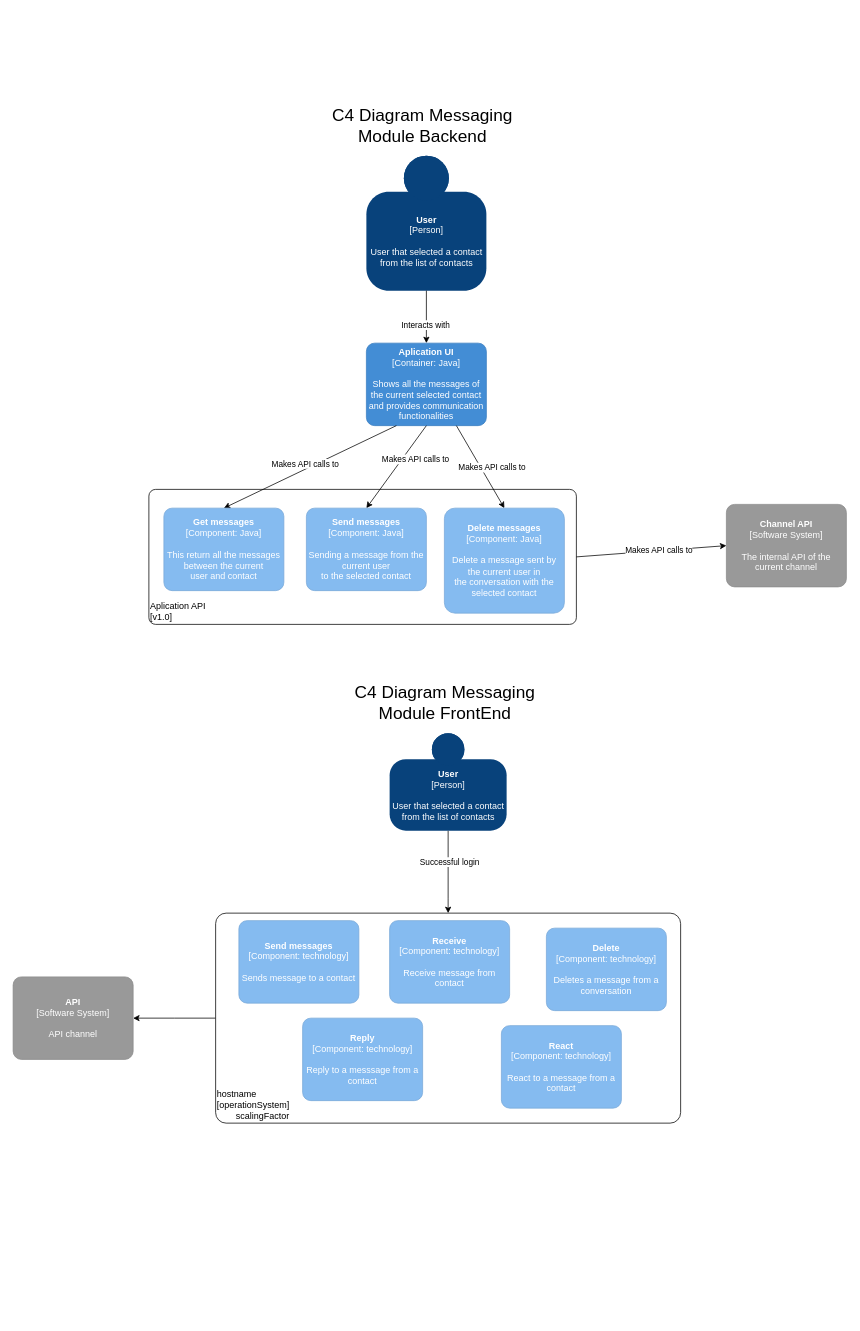
Before: page "Messaging Module" (4 of 4) of Diagrama_Finala_IP.drawio in HristeaIonut/Morse-Diagrams, a draw.io diagram. Source tidied: cells renumbered, new cells numbered last; positions are measured from the earlier drawing's top-left corner, leaving out a move shared by most shapes. Both pictures are drawn from the tidied source at 75%, with x=0, y=0 at pixel (13, 80).
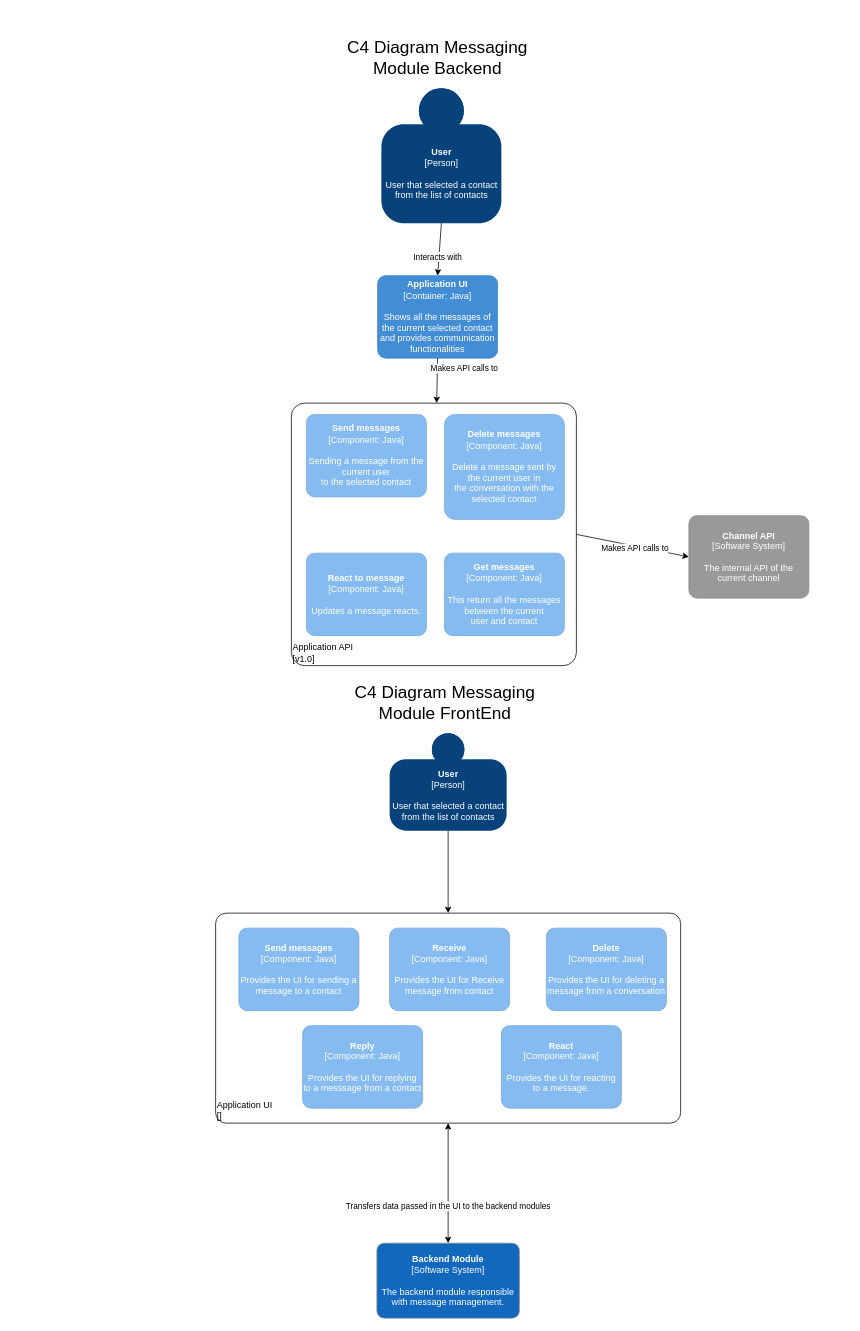
The same diagram, later.

The change refers to these unchanged cells:
```xml
<mxCell id="21" style="edgeStyle=orthogonalEdgeStyle;rounded=0;jettySize=auto;html=1;" parent="1" edge="1" source="23" target="25">
  <mxGeometry relative="1" as="geometry">
    <Array as="points">
      <mxPoint x="580" y="1090" />
      <mxPoint x="580" y="1090" />
    </Array>
  </mxGeometry>
</mxCell>
```

Change to the diagram source:
```diff
@@
     <object id="2" label="&lt;b&gt;%c4Name%&lt;/b&gt;&lt;div&gt;[%c4Type%]&lt;/div&gt;&lt;br&gt;&lt;div&gt;%c4Description%&lt;/div&gt;" c4Description="User that selected a contact &#10;from the list of contacts" c4Name="User" c4Type="Person" placeholders="1">
       <mxCell style="html=1;dashed=0;whitespace=wrap;fillColor=#08427b;strokeColor=none;fontColor=#ffffff;shape=mxgraph.c4.person;align=center;points=[[0.5,0,0],[1,0.5,0],[1,0.75,0],[0.75,1,0],[0.5,1,0],[0.25,1,0],[0,0.75,0],[0,0.5,0]];metaData={&quot;c4Type&quot;:{&quot;editable&quot;:false}};" parent="1" vertex="1">
-        <mxGeometry x="471" y="100" width="160" height="180" as="geometry" />
+        <mxGeometry x="491" y="10" width="160" height="180" as="geometry" />
       </mxCell>
     </object>
@@
-    <object id="5" label="&lt;b&gt;%c4Name%&lt;/b&gt;&lt;div&gt;[%c4Type%: %c4Technology%]&lt;/div&gt;&lt;br&gt;&lt;div&gt;%c4Description%&lt;/div&gt;" c4Description="Shows all the messages of the current selected contact and provides communication functionalities" c4Name="Aplication UI" c4Technology="Java" c4Type="Container" placeholders="1">
+    <object id="5" label="&lt;b&gt;%c4Name%&lt;/b&gt;&lt;div&gt;[%c4Type%: %c4Technology%]&lt;/div&gt;&lt;br&gt;&lt;div&gt;%c4Description%&lt;/div&gt;" c4Description="Shows all the messages of the current selected contact and provides communication functionalities" c4Name="Application UI" c4Technology="Java" c4Type="Container" placeholders="1">
       <mxCell style="rounded=1;whiteSpace=wrap;html=1;labelBackgroundColor=none;fillColor=#438DD5;fontColor=#ffffff;align=center;arcSize=10;strokeColor=#3C7FC0;metaData={&quot;c4Type&quot;:{&quot;editable&quot;:false}};points=[[0.25,0,0],[0.5,0,0],[0.75,0,0],[1,0.25,0],[1,0.5,0],[1,0.75,0],[0.75,1,0],[0.5,1,0],[0.25,1,0],[0,0.75,0],[0,0.5,0],[0,0.25,0]];" parent="1" vertex="1">
-        <mxGeometry x="471" y="350" width="160" height="110" as="geometry" />
+        <mxGeometry x="486" y="260" width="160" height="110" as="geometry" />
       </mxCell>
     </object>
-    <object id="6" label="&lt;div style=&quot;text-align: left&quot;&gt;%c4Name%&lt;/div&gt;&lt;div style=&quot;text-align: left&quot;&gt;[%c4Application%]&lt;/div&gt;" c4Application="v1.0" c4Name="Aplication API" placeholders="1">
+    <object id="6" label="&lt;div style=&quot;text-align: left&quot;&gt;%c4Name%&lt;/div&gt;&lt;div style=&quot;text-align: left&quot;&gt;[%c4Application%]&lt;/div&gt;" c4Application="v1.0" c4Name="Application API" placeholders="1">
       <mxCell style="rounded=1;whiteSpace=wrap;html=1;labelBackgroundColor=none;fillColor=#ffffff;fontColor=#000000;align=left;arcSize=5;strokeColor=#000000;verticalAlign=bottom;metaData={&quot;c4Type&quot;:{&quot;editable&quot;:false}};points=[[0.25,0,0],[0.5,0,0],[0.75,0,0],[1,0.25,0],[1,0.5,0],[1,0.75,0],[0.75,1,0],[0.5,1,0],[0.25,1,0],[0,0.75,0],[0,0.5,0],[0,0.25,0]];" parent="1" vertex="1">
-        <mxGeometry x="181" y="545" width="570" height="180" as="geometry" />
+        <mxGeometry x="371" y="430" width="380" height="350" as="geometry" />
       </mxCell>
     </object>
-    <mxCell id="7" style="endArrow=classic;html=1;entryX=0.5;entryY=0;entryDx=0;entryDy=0;entryPerimeter=0;exitX=0.25;exitY=1;exitDx=0;exitDy=0;exitPerimeter=0;" parent="1" edge="1" source="5" target="16">
-      <mxGeometry relative="1" as="geometry" />
-    </mxCell>
-    <mxCell id="8" value="Makes API calls to&amp;nbsp;" style="edgeLabel;html=1;align=center;verticalAlign=middle;" parent="7" vertex="1">
-      <mxGeometry x="0.28" y="-2" relative="1" as="geometry">
-        <mxPoint x="27.9" y="-18.5" as="offset" />
-      </mxGeometry>
-    </mxCell>
-    <mxCell id="9" style="endArrow=classic;html=1;entryX=0.5;entryY=0;entryDx=0;entryDy=0;entryPerimeter=0;exitX=0.5;exitY=1;exitDx=0;exitDy=0;exitPerimeter=0;" parent="1" edge="1" source="5" target="17">
+    <mxCell id="9" style="endArrow=classic;html=1;exitX=0.5;exitY=1;exitDx=0;exitDy=0;exitPerimeter=0;" parent="1" edge="1" source="5" target="6">
       <mxGeometry relative="1" as="geometry" />
     </mxCell>
@@
-    <mxCell id="11" style="endArrow=classic;html=1;entryX=0.5;entryY=0;entryDx=0;entryDy=0;entryPerimeter=0;exitX=0.75;exitY=1;exitDx=0;exitDy=0;exitPerimeter=0;" parent="1" edge="1" source="5" target="18">
-      <mxGeometry relative="1" as="geometry" />
-    </mxCell>
-    <mxCell id="12" value="Makes API calls to&amp;nbsp;" style="edgeLabel;html=1;align=center;verticalAlign=middle;" parent="11" vertex="1">
-      <mxGeometry x="0.28" y="-2" relative="1" as="geometry">
-        <mxPoint x="9.7" y="-15.9" as="offset" />
-      </mxGeometry>
-    </mxCell>
     <object id="13" label="&lt;b&gt;%c4Name%&lt;/b&gt;&lt;div&gt;[%c4Type%]&lt;/div&gt;&lt;br&gt;&lt;div&gt;%c4Description%&lt;/div&gt;" c4Description="The internal API of the current channel" c4Name="Channel API" c4Type="Software System" placeholders="1">
       <mxCell style="rounded=1;whiteSpace=wrap;html=1;labelBackgroundColor=none;fillColor=#999999;fontColor=#ffffff;align=center;arcSize=10;strokeColor=#8A8A8A;metaData={&quot;c4Type&quot;:{&quot;editable&quot;:false}};points=[[0.25,0,0],[0.5,0,0],[0.75,0,0],[1,0.25,0],[1,0.5,0],[1,0.75,0],[0.75,1,0],[0.5,1,0],[0.25,1,0],[0,0.75,0],[0,0.5,0],[0,0.25,0]];" parent="1" vertex="1">
-        <mxGeometry x="951" y="565" width="160" height="110" as="geometry" />
+        <mxGeometry x="901" y="580" width="160" height="110" as="geometry" />
       </mxCell>
     </object>
@@
     <object id="16" label="&lt;b&gt;%c4Name%&lt;/b&gt;&lt;div&gt;[%c4Type%: %c4Technology%]&lt;/div&gt;&lt;br&gt;&lt;div&gt;%c4Description%&lt;/div&gt;" c4Description="This return all the messages between the current &#10;user and contact" c4Name="Get messages" c4Technology="Java" c4Type="Component" placeholders="1">
       <mxCell style="rounded=1;whiteSpace=wrap;html=1;labelBackgroundColor=none;fillColor=#85BBF0;fontColor=#ffffff;align=center;arcSize=10;strokeColor=#78A8D8;metaData={&quot;c4Type&quot;:{&quot;editable&quot;:false}};points=[[0.25,0,0],[0.5,0,0],[0.75,0,0],[1,0.25,0],[1,0.5,0],[1,0.75,0],[0.75,1,0],[0.5,1,0],[0.25,1,0],[0,0.75,0],[0,0.5,0],[0,0.25,0]];" parent="1" vertex="1">
-        <mxGeometry x="201" y="570" width="160" height="110" as="geometry" />
+        <mxGeometry x="575" y="630" width="160" height="110" as="geometry" />
       </mxCell>
     </object>
     <object id="17" label="&lt;b&gt;%c4Name%&lt;/b&gt;&lt;div&gt;[%c4Type%: %c4Technology%]&lt;/div&gt;&lt;br&gt;&lt;div&gt;%c4Description%&lt;/div&gt;" c4Description="Sending a message from the current user &#10;to the selected contact" c4Name="Send messages" c4Technology="Java" c4Type="Component" placeholders="1">
       <mxCell style="rounded=1;whiteSpace=wrap;html=1;labelBackgroundColor=none;fillColor=#85BBF0;fontColor=#ffffff;align=center;arcSize=10;strokeColor=#78A8D8;metaData={&quot;c4Type&quot;:{&quot;editable&quot;:false}};points=[[0.25,0,0],[0.5,0,0],[0.75,0,0],[1,0.25,0],[1,0.5,0],[1,0.75,0],[0.75,1,0],[0.5,1,0],[0.25,1,0],[0,0.75,0],[0,0.5,0],[0,0.25,0]];" parent="1" vertex="1">
-        <mxGeometry x="391" y="570" width="160" height="110" as="geometry" />
+        <mxGeometry x="391" y="445" width="160" height="110" as="geometry" />
       </mxCell>
     </object>
     <object id="18" label="&lt;b&gt;%c4Name%&lt;/b&gt;&lt;div&gt;[%c4Type%: %c4Technology%]&lt;/div&gt;&lt;br&gt;&lt;div&gt;%c4Description%&lt;/div&gt;" c4Description="Delete a message sent by the current user in &#10;the conversation with the selected contact" c4Name="Delete messages" c4Technology="Java" c4Type="Component" placeholders="1">
       <mxCell style="rounded=1;whiteSpace=wrap;html=1;labelBackgroundColor=none;fillColor=#85BBF0;fontColor=#ffffff;align=center;arcSize=10;strokeColor=#78A8D8;metaData={&quot;c4Type&quot;:{&quot;editable&quot;:false}};points=[[0.25,0,0],[0.5,0,0],[0.75,0,0],[1,0.25,0],[1,0.5,0],[1,0.75,0],[0.75,1,0],[0.5,1,0],[0.25,1,0],[0,0.75,0],[0,0.5,0],[0,0.25,0]];" parent="1" vertex="1">
-        <mxGeometry x="575" y="570" width="160" height="140" as="geometry" />
+        <mxGeometry x="575" y="445" width="160" height="140" as="geometry" />
       </mxCell>
     </object>
     <mxCell id="19" value="&lt;span style=&quot;font-size: 23px&quot;&gt;C4 Diagram Messaging Module Backend&lt;/span&gt;" style="text;html=1;strokeColor=none;fillColor=none;align=center;verticalAlign=middle;whiteSpace=wrap;rounded=0;" parent="1" vertex="1">
-      <mxGeometry x="411" width="270" height="120" as="geometry" />
+      <mxGeometry x="431" y="-90" width="270" height="120" as="geometry" />
     </mxCell>
@@
-    <mxCell id="22" value="Successful login" style="edgeLabel;html=1;align=center;verticalAlign=middle;" parent="21" vertex="1">
-      <mxGeometry x="-0.25" y="1" relative="1" as="geometry" />
-    </mxCell>
@@
-    <mxCell id="24" style="edgeStyle=orthogonalEdgeStyle;rounded=0;jettySize=auto;html=1;" parent="1" edge="1" source="25">
-      <mxGeometry relative="1" as="geometry">
-        <mxPoint x="160" y="1250" as="targetPoint" />
-      </mxGeometry>
-    </mxCell>
-    <object id="25" label="&lt;div style=&quot;text-align: left&quot;&gt;%c4Name%&lt;/div&gt;&lt;div style=&quot;text-align: left&quot;&gt;[%c4OperationSystem%]&lt;/div&gt;&lt;div style=&quot;text-align: right&quot;&gt;%c4ScalingFactor%&lt;/div&gt;" c4Name="hostname" c4OperationSystem="operationSystem" c4ScalingFactor="scalingFactor" placeholders="1">
+    <object id="25" label="&lt;div style=&quot;text-align: left&quot;&gt;%c4Name%&lt;/div&gt;&lt;div style=&quot;text-align: left&quot;&gt;[%c4OperationSystem%]&lt;/div&gt;&lt;div style=&quot;text-align: right&quot;&gt;%c4ScalingFactor%&lt;/div&gt;" c4Name="Application UI" c4OperationSystem="" c4ScalingFactor="" placeholders="1">
       <mxCell style="rounded=1;whiteSpace=wrap;html=1;labelBackgroundColor=none;fillColor=#ffffff;fontColor=#000000;align=left;arcSize=5;strokeColor=#000000;verticalAlign=bottom;metaData={&quot;c4Type&quot;:{&quot;editable&quot;:false}};points=[[0.25,0,0],[0.5,0,0],[0.75,0,0],[1,0.25,0],[1,0.5,0],[1,0.75,0],[0.75,1,0],[0.5,1,0],[0.25,1,0],[0,0.75,0],[0,0.5,0],[0,0.25,0]];" parent="1" vertex="1">
         <mxGeometry x="270" y="1110" width="620" height="280" as="geometry" />
       </mxCell>
     </object>
-    <object id="26" label="&lt;b&gt;%c4Name%&lt;/b&gt;&lt;div&gt;[%c4Type%]&lt;/div&gt;&lt;br&gt;&lt;div&gt;%c4Description%&lt;/div&gt;" c4Description="API channel" c4Name="API" c4Type="Software System" placeholders="1">
-      <mxCell style="rounded=1;whiteSpace=wrap;html=1;labelBackgroundColor=none;fillColor=#999999;fontColor=#ffffff;align=center;arcSize=10;strokeColor=#8A8A8A;metaData={&quot;c4Type&quot;:{&quot;editable&quot;:false}};" parent="1" vertex="1">
-        <mxGeometry y="1195" width="160" height="110" as="geometry" />
-      </mxCell>
-    </object>
-    <object id="27" label="&lt;b&gt;%c4Name%&lt;/b&gt;&lt;div&gt;[%c4Type%: %c4Technology%]&lt;/div&gt;&lt;br&gt;&lt;div&gt;%c4Description%&lt;/div&gt;" c4Description="Sends message to a contact" c4Name="Send messages" c4Technology="technology" c4Type="Component" placeholders="1">
+    <object id="27" label="&lt;b&gt;%c4Name%&lt;/b&gt;&lt;div&gt;[%c4Type%: %c4Technology%]&lt;/div&gt;&lt;br&gt;&lt;div&gt;%c4Description%&lt;/div&gt;" c4Description="Provides the UI for sending a message to a contact" c4Name="Send messages" c4Technology="Java" c4Type="Component" placeholders="1">
       <mxCell style="rounded=1;whiteSpace=wrap;html=1;labelBackgroundColor=none;fillColor=#85BBF0;fontColor=#ffffff;align=center;arcSize=10;strokeColor=#78A8D8;metaData={&quot;c4Type&quot;:{&quot;editable&quot;:false}};" parent="1" vertex="1">
-        <mxGeometry x="301" y="1120" width="160" height="110" as="geometry" />
+        <mxGeometry x="301" y="1130" width="160" height="110" as="geometry" />
       </mxCell>
     </object>
-    <object id="28" label="&lt;b&gt;%c4Name%&lt;/b&gt;&lt;div&gt;[%c4Type%: %c4Technology%]&lt;/div&gt;&lt;br&gt;&lt;div&gt;%c4Description%&lt;/div&gt;" c4Description="Receive message from contact" c4Name="Receive" c4Technology="technology" c4Type="Component" placeholders="1">
+    <object id="28" label="&lt;b&gt;%c4Name%&lt;/b&gt;&lt;div&gt;[%c4Type%: %c4Technology%]&lt;/div&gt;&lt;br&gt;&lt;div&gt;%c4Description%&lt;/div&gt;" c4Description="Provides the UI for Receive message from contact" c4Name="Receive" c4Technology="Java" c4Type="Component" placeholders="1">
       <mxCell style="rounded=1;whiteSpace=wrap;html=1;labelBackgroundColor=none;fillColor=#85BBF0;fontColor=#ffffff;align=center;arcSize=10;strokeColor=#78A8D8;metaData={&quot;c4Type&quot;:{&quot;editable&quot;:false}};" parent="1" vertex="1">
-        <mxGeometry x="502" y="1120" width="160" height="110" as="geometry" />
+        <mxGeometry x="502" y="1130" width="160" height="110" as="geometry" />
       </mxCell>
     </object>
-    <object id="29" label="&lt;b&gt;%c4Name%&lt;/b&gt;&lt;div&gt;[%c4Type%: %c4Technology%]&lt;/div&gt;&lt;br&gt;&lt;div&gt;%c4Description%&lt;/div&gt;" c4Description="Deletes a message from a conversation" c4Name="Delete" c4Technology="technology" c4Type="Component" placeholders="1">
+    <object id="29" label="&lt;b&gt;%c4Name%&lt;/b&gt;&lt;div&gt;[%c4Type%: %c4Technology%]&lt;/div&gt;&lt;br&gt;&lt;div&gt;%c4Description%&lt;/div&gt;" c4Description="Provides the UI for  deleting a message from a conversation" c4Name="Delete" c4Technology="Java" c4Type="Component" placeholders="1">
       <mxCell style="rounded=1;whiteSpace=wrap;html=1;labelBackgroundColor=none;fillColor=#85BBF0;fontColor=#ffffff;align=center;arcSize=10;strokeColor=#78A8D8;metaData={&quot;c4Type&quot;:{&quot;editable&quot;:false}};" parent="1" vertex="1">
         <mxGeometry x="711" y="1130" width="160" height="110" as="geometry" />
       </mxCell>
     </object>
-    <object id="30" label="&lt;b&gt;%c4Name%&lt;/b&gt;&lt;div&gt;[%c4Type%: %c4Technology%]&lt;/div&gt;&lt;br&gt;&lt;div&gt;%c4Description%&lt;/div&gt;" c4Description="Reply to a messsage from a contact" c4Name="Reply" c4Technology="technology" c4Type="Component" placeholders="1">
+    <object id="30" label="&lt;b&gt;%c4Name%&lt;/b&gt;&lt;div&gt;[%c4Type%: %c4Technology%]&lt;/div&gt;&lt;br&gt;&lt;div&gt;%c4Description%&lt;/div&gt;" c4Description="Provides the UI for replying to a messsage from a contact" c4Name="Reply" c4Technology="Java" c4Type="Component" placeholders="1">
       <mxCell style="rounded=1;whiteSpace=wrap;html=1;labelBackgroundColor=none;fillColor=#85BBF0;fontColor=#ffffff;align=center;arcSize=10;strokeColor=#78A8D8;metaData={&quot;c4Type&quot;:{&quot;editable&quot;:false}};" parent="1" vertex="1">
-        <mxGeometry x="386" y="1250" width="160" height="110" as="geometry" />
+        <mxGeometry x="386" y="1260" width="160" height="110" as="geometry" />
       </mxCell>
     </object>
-    <object id="31" label="&lt;b&gt;%c4Name%&lt;/b&gt;&lt;div&gt;[%c4Type%: %c4Technology%]&lt;/div&gt;&lt;br&gt;&lt;div&gt;%c4Description%&lt;/div&gt;" c4Description="React to a message from a contact" c4Name="React" c4Technology="technology" c4Type="Component" placeholders="1">
+    <object id="31" label="&lt;b&gt;%c4Name%&lt;/b&gt;&lt;div&gt;[%c4Type%: %c4Technology%]&lt;/div&gt;&lt;br&gt;&lt;div&gt;%c4Description%&lt;/div&gt;" c4Description="Provides the UI for reacting to a message." c4Name="React" c4Technology="Java" c4Type="Component" placeholders="1">
       <mxCell style="rounded=1;whiteSpace=wrap;html=1;labelBackgroundColor=none;fillColor=#85BBF0;fontColor=#ffffff;align=center;arcSize=10;strokeColor=#78A8D8;metaData={&quot;c4Type&quot;:{&quot;editable&quot;:false}};" parent="1" vertex="1">
         <mxGeometry x="651" y="1260" width="160" height="110" as="geometry" />
       </mxCell>
     </object>
+    <object id="32" label="&lt;b&gt;%c4Name%&lt;/b&gt;&lt;div&gt;[%c4Type%]&lt;/div&gt;&lt;br&gt;&lt;div&gt;%c4Description%&lt;/div&gt;" c4Description="The backend module responsible with message management." c4Name="Backend Module" c4Type="Software System" placeholders="1">
+      <mxCell style="rounded=1;whiteSpace=wrap;html=1;labelBackgroundColor=none;fontColor=#ffffff;align=center;arcSize=10;strokeColor=#8A8A8A;metaData={&quot;c4Type&quot;:{&quot;editable&quot;:false}};points=[[0.25,0,0],[0.5,0,0],[0.75,0,0],[1,0.25,0],[1,0.5,0],[1,0.75,0],[0.75,1,0],[0.5,1,0],[0.25,1,0],[0,0.75,0],[0,0.5,0],[0,0.25,0]];fillColor=#1168BD;" parent="1" vertex="1">
+        <mxGeometry x="485" y="1550" width="190" height="100" as="geometry" />
+      </mxCell>
+    </object>
+    <mxCell id="33" style="endArrow=classic;startArrow=classic;html=1;exitX=0.5;exitY=1;exitDx=0;exitDy=0;exitPerimeter=0;entryX=0.5;entryY=0;entryDx=0;entryDy=0;entryPerimeter=0;" parent="1" edge="1" source="25" target="32">
+      <mxGeometry relative="1" as="geometry" />
+    </mxCell>
+    <mxCell id="34" value="Transfers data passed in the UI to the backend modules" style="edgeLabel;html=1;align=center;verticalAlign=middle;" parent="33" vertex="1">
+      <mxGeometry x="0.38" y="-1" relative="1" as="geometry" />
+    </mxCell>
+    <object id="35" label="&lt;b&gt;%c4Name%&lt;/b&gt;&lt;div&gt;[%c4Type%: %c4Technology%]&lt;/div&gt;&lt;br&gt;&lt;div&gt;%c4Description%&lt;/div&gt;" c4Description="Updates a  message reacts." c4Name="React to message" c4Technology="Java" c4Type="Component" placeholders="1">
+      <mxCell style="rounded=1;whiteSpace=wrap;html=1;labelBackgroundColor=none;fillColor=#85BBF0;fontColor=#ffffff;align=center;arcSize=10;strokeColor=#78A8D8;metaData={&quot;c4Type&quot;:{&quot;editable&quot;:false}};" parent="1" vertex="1">
+        <mxGeometry x="391" y="630" width="160" height="110" as="geometry" />
+      </mxCell>
+    </object>
```
